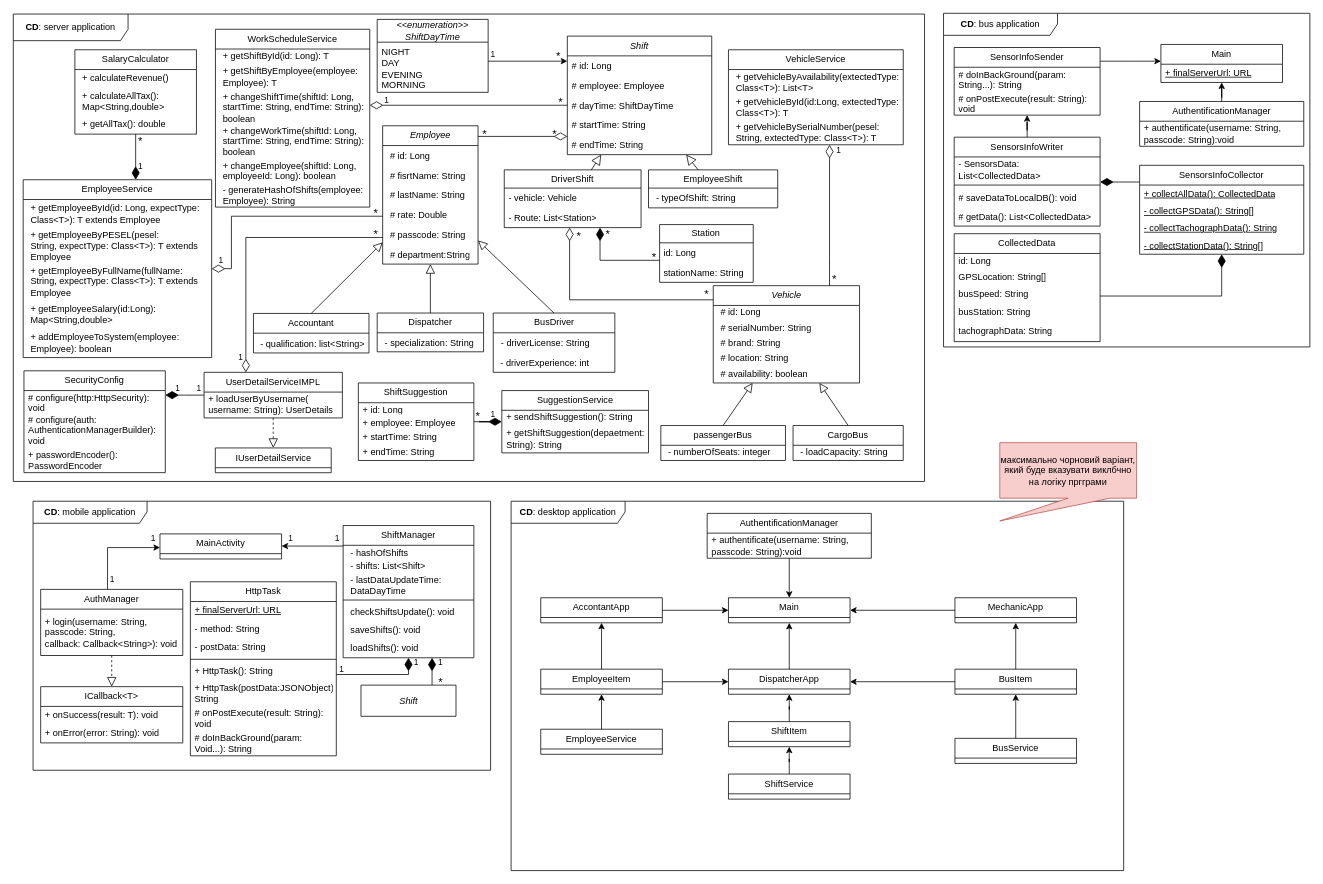
Above: page "Class diagram" (1 of 7) of UML-software-engineering.drawio in keshaParrot/ShiftMaster-UML-documentation (draw.io), before the change. Source tidied: cells renumbered, new cells numbered last; positions are measured from the earlier drawing's top-left corner, leaving out a move shared by most shapes. Both pictures are drawn from the tidied source at 76%, with x=0, y=0 at pixel (13, 13).
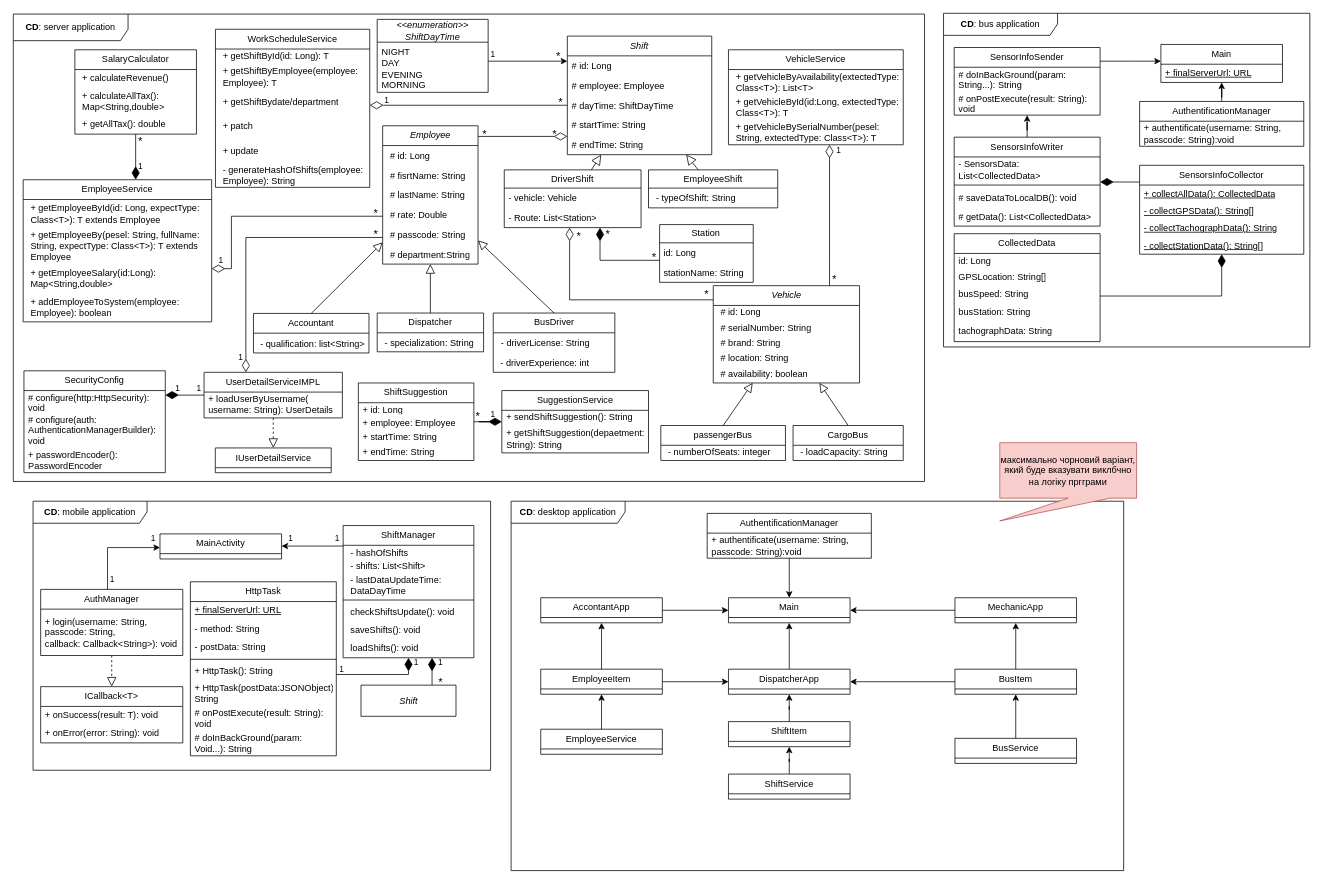
Above is the later version.

Unchanged cells that the change refers to:
```xml
<mxCell id="2" value="&lt;b&gt;CD&lt;/b&gt;: server application" style="shape=umlFrame;whiteSpace=wrap;html=1;width=151;height=35;" parent="1" vertex="1">
  <mxGeometry y="1" width="1199" height="615" as="geometry" />
</mxCell>
```

The edit, as a diff of the source:
```diff
@@
     <mxCell id="39" value="EmployeeService" style="swimlane;fontStyle=0;horizontal=1;startSize=26;fillColor=none;whiteSpace=wrap;html=1;" parent="2" vertex="1">
-      <mxGeometry x="13" y="218" width="248" height="234" as="geometry" />
+      <mxGeometry x="13" y="218" width="248" height="187" as="geometry" />
     </mxCell>
@@
-    <mxCell id="41" value="&lt;p style=&quot;border-color: var(--border-color); margin: 0px 0px 0px 4px;&quot;&gt;+ getEmployeeByPESEL(pesel: String,&amp;nbsp;&lt;span style=&quot;background-color: initial;&quot;&gt;expectType: Class&amp;lt;T&amp;gt;&lt;/span&gt;&lt;span style=&quot;background-color: initial;&quot;&gt;): T extends Employee&lt;/span&gt;&lt;/p&gt;" style="text;strokeColor=none;fillColor=none;align=left;verticalAlign=middle;spacingLeft=4;spacingRight=4;overflow=hidden;whiteSpace=wrap;html=1;" parent="39" vertex="1">
-      <mxGeometry y="63" width="248" height="47" as="geometry" />
-    </mxCell>
-    <mxCell id="42" value="&lt;p style=&quot;border-color: var(--border-color); margin: 0px 0px 0px 4px;&quot;&gt;+ getEmployeeByFullName(fullName:&amp;nbsp; String,&amp;nbsp;&lt;span style=&quot;background-color: initial;&quot;&gt;expectType: Class&amp;lt;T&amp;gt;&lt;/span&gt;): T extends Employee&lt;/p&gt;" style="text;strokeColor=none;fillColor=none;align=left;verticalAlign=middle;spacingLeft=4;spacingRight=4;overflow=hidden;whiteSpace=wrap;html=1;" parent="39" vertex="1">
-      <mxGeometry y="110" width="248" height="48" as="geometry" />
+    <mxCell id="42" value="&lt;p style=&quot;border-color: var(--border-color); margin: 0px 0px 0px 4px;&quot;&gt;+ getEmployeeBy(pesel: String, fullName:&amp;nbsp; String,&amp;nbsp;&lt;span style=&quot;background-color: initial;&quot;&gt;expectType: Class&amp;lt;T&amp;gt;&lt;/span&gt;): T extends Employee&lt;/p&gt;" style="text;strokeColor=none;fillColor=none;align=left;verticalAlign=middle;spacingLeft=4;spacingRight=4;overflow=hidden;whiteSpace=wrap;html=1;" parent="39" vertex="1">
+      <mxGeometry y="63" width="248" height="48" as="geometry" />
     </mxCell>
     <mxCell id="43" value="&lt;p style=&quot;border-color: var(--border-color); margin: 0px 0px 0px 4px;&quot;&gt;+ getEmployeeSalary(id:Long):&amp;nbsp;&lt;br&gt;&lt;span style=&quot;background-color: initial;&quot;&gt;Map&amp;lt;String,double&amp;gt;&lt;/span&gt;&lt;/p&gt;" style="text;strokeColor=none;fillColor=none;align=left;verticalAlign=middle;spacingLeft=4;spacingRight=4;overflow=hidden;whiteSpace=wrap;html=1;" parent="39" vertex="1">
-      <mxGeometry y="158" width="248" height="38" as="geometry" />
+      <mxGeometry y="111" width="248" height="38" as="geometry" />
     </mxCell>
     <mxCell id="44" value="&lt;p style=&quot;border-color: var(--border-color); margin: 0px 0px 0px 4px;&quot;&gt;+ addEmployeeToSystem(employee: Employee): boolean&lt;br&gt;&lt;/p&gt;" style="text;strokeColor=none;fillColor=none;align=left;verticalAlign=middle;spacingLeft=4;spacingRight=4;overflow=hidden;whiteSpace=wrap;html=1;" parent="39" vertex="1">
-      <mxGeometry y="196" width="248" height="38" as="geometry" />
+      <mxGeometry y="149" width="248" height="38" as="geometry" />
     </mxCell>
@@
     <mxCell id="50" value="WorkScheduleService" style="swimlane;fontStyle=0;horizontal=1;startSize=26;fillColor=none;whiteSpace=wrap;html=1;" parent="2" vertex="1">
-      <mxGeometry x="266" y="20" width="203" height="234" as="geometry" />
+      <mxGeometry x="266" y="20" width="203" height="208" as="geometry" />
     </mxCell>
@@
-    <mxCell id="53" value="&lt;p style=&quot;border-color: var(--border-color); margin: 0px 0px 0px 4px;&quot;&gt;+ changeShiftTime(shiftId: Long, startTime: String, endTime: String): boolean&lt;br&gt;&lt;/p&gt;" style="text;strokeColor=none;fillColor=none;align=left;verticalAlign=middle;spacingLeft=4;spacingRight=4;overflow=hidden;whiteSpace=wrap;html=1;" parent="50" vertex="1">
-      <mxGeometry y="79" width="203" height="45" as="geometry" />
-    </mxCell>
-    <mxCell id="54" value="&lt;p style=&quot;border-color: var(--border-color); margin: 0px 0px 0px 4px;&quot;&gt;+ changeWorkTime&lt;span style=&quot;background-color: initial;&quot;&gt;(&lt;/span&gt;&lt;span style=&quot;background-color: initial;&quot;&gt;shiftId: Long, startTime: String, endTime: String&lt;/span&gt;&lt;span style=&quot;background-color: initial;&quot;&gt;): boolean&lt;/span&gt;&lt;/p&gt;" style="text;strokeColor=none;fillColor=none;align=left;verticalAlign=middle;spacingLeft=4;spacingRight=4;overflow=hidden;whiteSpace=wrap;html=1;" parent="50" vertex="1">
-      <mxGeometry y="124" width="203" height="46" as="geometry" />
-    </mxCell>
+    <mxCell id="214" value="&lt;p style=&quot;border-color: var(--border-color); margin: 0px 0px 0px 4px;&quot;&gt;+ getShiftBydate/department&lt;br&gt;&lt;/p&gt;" style="text;strokeColor=none;fillColor=none;align=left;verticalAlign=middle;spacingLeft=4;spacingRight=4;overflow=hidden;whiteSpace=wrap;html=1;" parent="50" vertex="1">
+      <mxGeometry y="79" width="203" height="33" as="geometry" />
+    </mxCell>
-    <mxCell id="55" value="&lt;p style=&quot;border-color: var(--border-color); margin: 0px 0px 0px 4px;&quot;&gt;+ changeEmployee&lt;span style=&quot;background-color: initial;&quot;&gt;(&lt;/span&gt;&lt;span style=&quot;background-color: initial;&quot;&gt;shiftId: Long, employee&lt;/span&gt;&lt;span style=&quot;background-color: initial;&quot;&gt;Id: Long&lt;/span&gt;&lt;span style=&quot;background-color: initial;&quot;&gt;): boolean&lt;/span&gt;&lt;/p&gt;" style="text;strokeColor=none;fillColor=none;align=left;verticalAlign=middle;spacingLeft=4;spacingRight=4;overflow=hidden;whiteSpace=wrap;html=1;" parent="50" vertex="1">
-      <mxGeometry y="170" width="203" height="32" as="geometry" />
+    <mxCell id="55" value="&lt;p style=&quot;border-color: var(--border-color); margin: 0px 0px 0px 4px;&quot;&gt;+ patch&lt;/p&gt;" style="text;strokeColor=none;fillColor=none;align=left;verticalAlign=middle;spacingLeft=4;spacingRight=4;overflow=hidden;whiteSpace=wrap;html=1;" parent="50" vertex="1">
+      <mxGeometry y="112" width="203" height="32" as="geometry" />
     </mxCell>
+    <mxCell id="215" value="&lt;p style=&quot;border-color: var(--border-color); margin: 0px 0px 0px 4px;&quot;&gt;+ update&lt;/p&gt;" style="text;strokeColor=none;fillColor=none;align=left;verticalAlign=middle;spacingLeft=4;spacingRight=4;overflow=hidden;whiteSpace=wrap;html=1;" parent="50" vertex="1">
+      <mxGeometry y="144" width="203" height="32" as="geometry" />
+    </mxCell>
     <mxCell id="56" value="&lt;p style=&quot;border-color: var(--border-color); margin: 0px 0px 0px 4px;&quot;&gt;- generateHashOfShifts(&lt;span style=&quot;background-color: initial;&quot;&gt;employee: Employee&lt;/span&gt;&lt;span style=&quot;background-color: initial;&quot;&gt;): String&lt;/span&gt;&lt;/p&gt;" style="text;strokeColor=none;fillColor=none;align=left;verticalAlign=middle;spacingLeft=4;spacingRight=4;overflow=hidden;whiteSpace=wrap;html=1;" parent="50" vertex="1">
-      <mxGeometry y="202" width="203" height="32" as="geometry" />
+      <mxGeometry y="176" width="203" height="32" as="geometry" />
     </mxCell>
```
